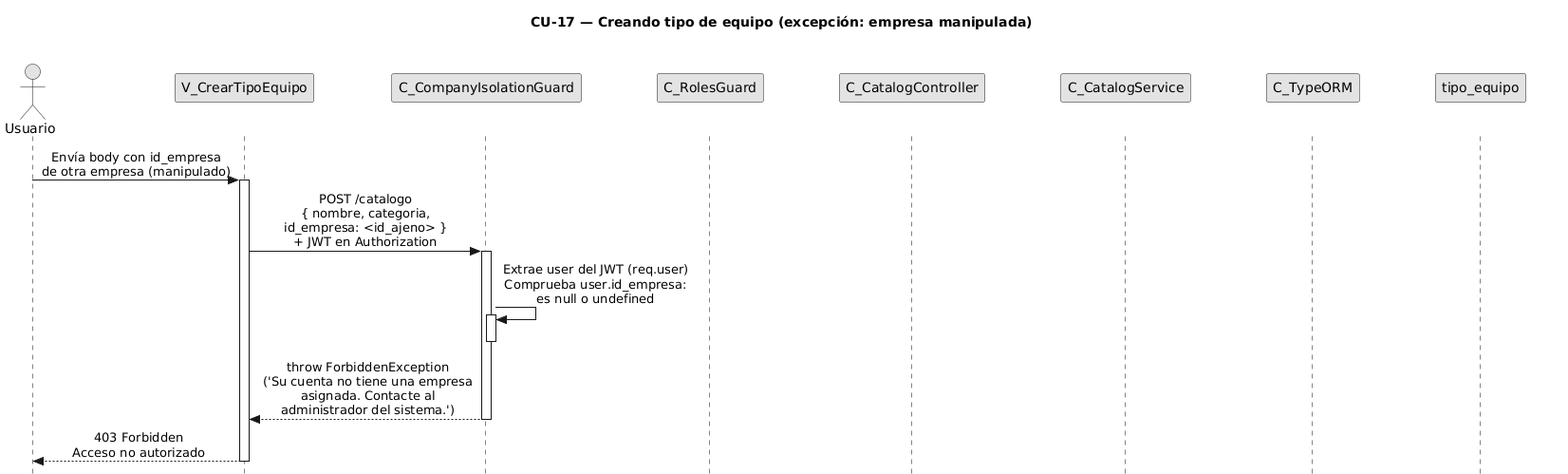
Above: diagramas/diagramas-secuencia/CU17/CU17-exc-empresa-manipulada.png in FSM-Finet-y-Cable-Magico/Team_1-Inventario-y-Bodega (PlantUML), before the change.
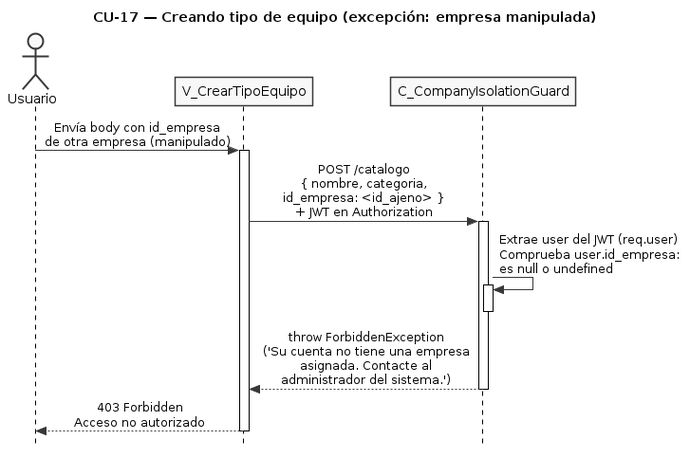
After the change.

What changed in the source:
```diff
@@ -5,16 +5,8 @@
 skinparam monochrome true
 skinparam shadowing false
 skinparam sequenceMessageAlign center
-<style>
-sequenceDiagram {
-  participant {
-    Margin 35
-  }
-  actor {
-    Margin 15
-  }
-}
-</style>
+skinparam ParticipantPadding 25
+skinparam ActorPadding 20
 skinparam sequence {
   MessageAlign center
   LifeLineBorderColor black
@@ -24,11 +16,6 @@
 actor "Usuario" as user
 participant "V_CrearTipoEquipo" as view
 participant "C_CompanyIsolationGuard" as guard
-participant "C_RolesGuard" as roles
-participant "C_CatalogController" as ctrl
-participant "C_CatalogService" as svc
-participant "C_TypeORM" as orm
-participant "tipo_equipo" as tent
 
 user -> view : Envía body con id_empresa\nde otra empresa (manipulado)
 activate view
```
